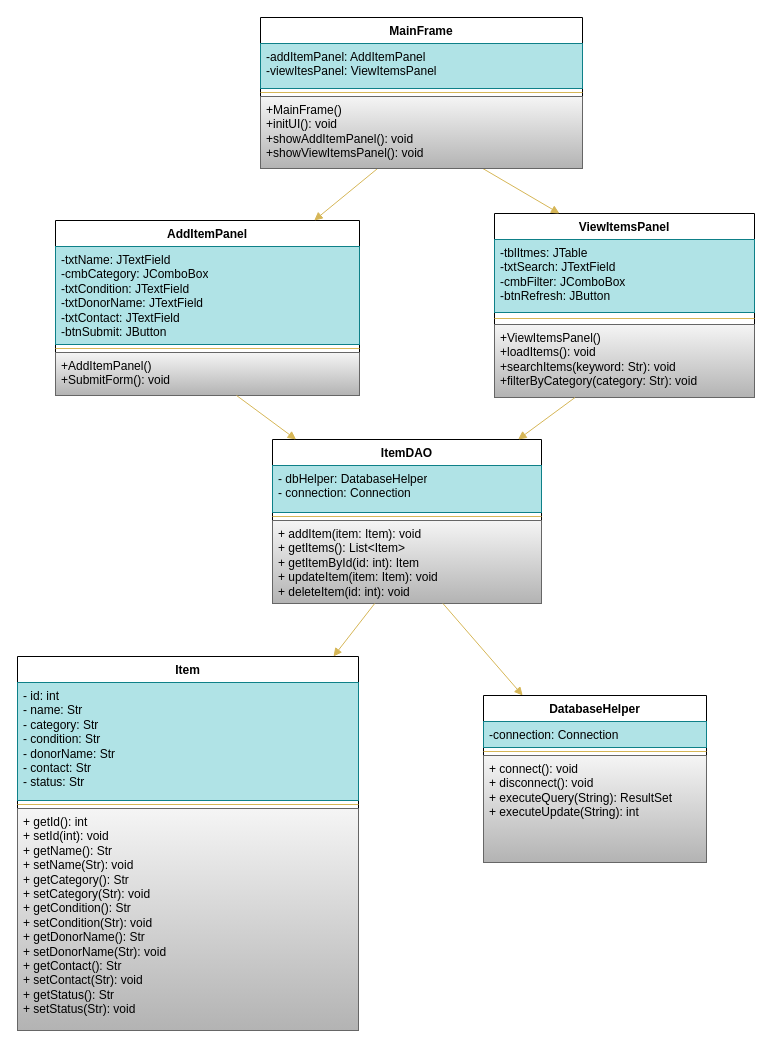
This is class diagram.drawio from Nandhakumar2005/Java-project, a draw.io file, before an edit. Source tidied: cells renumbered, new cells numbered last; positions are measured from the earlier drawing's top-left corner, leaving out a move shared by most shapes. Both pictures are drawn from the tidied source at 100%, with x=0, y=0 at pixel (17, 17).
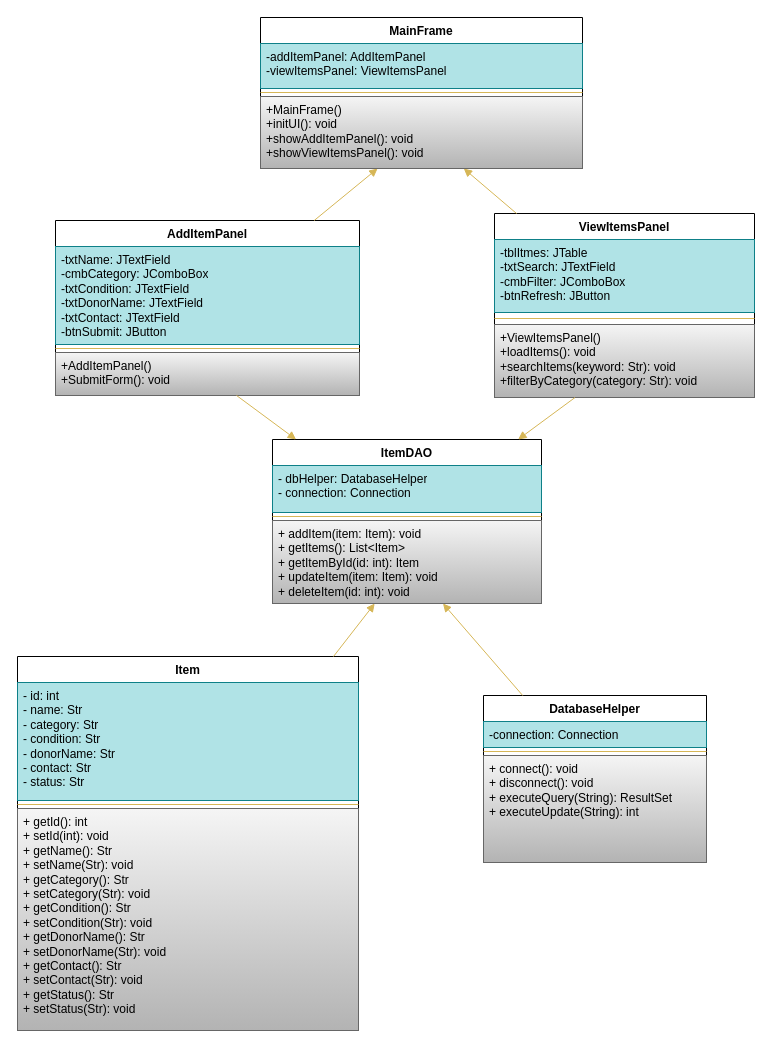
The same diagram, later.

The change refers to these unchanged cells:
```xml
<mxCell id="2" value="MainFrame" style="swimlane;fontStyle=1;align=center;verticalAlign=top;horizontal=1;startSize=26;whiteSpace=wrap;html=1;" parent="1" vertex="1">
  <mxGeometry x="243" width="322" height="79" as="geometry" />
</mxCell>
<mxCell id="5" value="ViewItemsPanel&lt;div&gt;&lt;br&gt;&lt;/div&gt;" style="swimlane;fontStyle=1;align=center;verticalAlign=top;horizontal=1;startSize=26;whiteSpace=wrap;html=1;" parent="1" vertex="1">
  <mxGeometry x="477" y="196" width="260" height="184" as="geometry" />
</mxCell>
<mxCell id="10" value="AddItemPanel" style="swimlane;fontStyle=1;align=center;verticalAlign=top;horizontal=1;startSize=26;whiteSpace=wrap;html=1;" parent="1" vertex="1">
  <mxGeometry x="38" y="203" width="304" height="175" as="geometry" />
</mxCell>
<mxCell id="17" value="&lt;div&gt;+ addItem(item: Item): void&lt;/div&gt;&lt;div&gt;+ getItems(): List&amp;lt;Item&amp;gt;&amp;nbsp; &amp;nbsp;&lt;/div&gt;&lt;div&gt;+ getItemById(id: int): Item&lt;/div&gt;&lt;div&gt;&lt;span style=&quot;background-color: transparent; color: light-dark(rgb(0, 0, 0), rgb(255, 255, 255));&quot;&gt;+ updateItem(item: Item): void&lt;/span&gt;&lt;/div&gt;&lt;div&gt;&lt;span style=&quot;background-color: transparent; color: light-dark(rgb(0, 0, 0), rgb(255, 255, 255));&quot;&gt;+ deleteItem(id: int): void&lt;/span&gt;&lt;/div&gt;" style="text;strokeColor=#666666;fillColor=#f5f5f5;align=left;verticalAlign=top;spacingLeft=4;spacingRight=4;overflow=hidden;points=[[0,0.5],[1,0.5]];portConstraint=eastwest;whiteSpace=wrap;html=1;gradientColor=#b3b3b3;" parent="14" vertex="1">
  <mxGeometry y="81" width="269" height="83" as="geometry" />
</mxCell>
<mxCell id="20" value="Item" style="swimlane;fontStyle=1;align=center;verticalAlign=top;horizontal=1;startSize=26;whiteSpace=wrap;html=1;" parent="1" vertex="1">
  <mxGeometry y="639" width="341" height="374" as="geometry" />
</mxCell>
<mxCell id="26" value="DatabaseHelper" style="swimlane;fontStyle=1;align=center;verticalAlign=top;horizontal=1;startSize=26;whiteSpace=wrap;html=1;" parent="1" vertex="1">
  <mxGeometry x="466" y="678" width="223" height="167" as="geometry" />
</mxCell>
<mxCell id="31" value="+MainFrame()&lt;div&gt;+initUI(): void&lt;/div&gt;&lt;div&gt;+showAddItemPanel(): void&lt;/div&gt;&lt;div&gt;+showViewItemsPanel(): void&lt;/div&gt;" style="text;strokeColor=#666666;fillColor=#f5f5f5;align=left;verticalAlign=top;spacingLeft=4;spacingRight=4;overflow=hidden;points=[[0,0.5],[1,0.5]];portConstraint=eastwest;whiteSpace=wrap;html=1;gradientColor=#b3b3b3;" parent="1" vertex="1">
  <mxGeometry x="243" y="79" width="322" height="72" as="geometry" />
</mxCell>
```

Diff of the diagram source:
```diff
@@
-    <mxCell id="3" value="-addItemPanel: AddItemPanel&lt;div&gt;-viewItesPanel: ViewItemsPanel&lt;/div&gt;" style="text;fillColor=#b0e3e6;align=left;verticalAlign=top;spacingLeft=4;spacingRight=4;overflow=hidden;whiteSpace=wrap;html=1;strokeColor=#0e8088;" parent="2" vertex="1">
+    <mxCell id="3" value="-addItemPanel: AddItemPanel&lt;div&gt;-viewItemsPanel: ViewItemsPanel&lt;/div&gt;" style="text;fillColor=#b0e3e6;align=left;verticalAlign=top;spacingLeft=4;spacingRight=4;overflow=hidden;whiteSpace=wrap;html=1;strokeColor=#0e8088;" parent="2" vertex="1">
       <mxGeometry y="26" width="322" height="45" as="geometry" />
     </mxCell>
@@
-    <mxCell id="9" style="html=1;verticalAlign=bottom;labelBackgroundColor=none;endArrow=block;endFill=1;rounded=0;entryX=0.25;entryY=0;entryDx=0;entryDy=0;fillColor=#fff2cc;gradientColor=#ffd966;strokeColor=#d6b656;" parent="1" edge="1" source="31" target="5">
+    <mxCell id="9" style="html=1;verticalAlign=bottom;labelBackgroundColor=none;endArrow=block;endFill=1;rounded=0;fillColor=#fff2cc;gradientColor=#ffd966;strokeColor=#d6b656;" parent="1" edge="1" source="5" target="31">
       <mxGeometry relative="1" as="geometry" />
     </mxCell>
@@
-    <mxCell id="24" style="html=1;verticalAlign=bottom;labelBackgroundColor=none;endArrow=block;endFill=1;rounded=0;fillColor=#fff2cc;gradientColor=#ffd966;strokeColor=#d6b656;" parent="1" edge="1" source="17" target="20">
+    <mxCell id="24" style="html=1;verticalAlign=bottom;labelBackgroundColor=none;endArrow=block;endFill=1;rounded=0;fillColor=#fff2cc;gradientColor=#ffd966;strokeColor=#d6b656;" parent="1" edge="1" source="20" target="17">
       <mxGeometry relative="1" as="geometry" />
     </mxCell>
-    <mxCell id="25" style="html=1;verticalAlign=bottom;labelBackgroundColor=none;endArrow=block;endFill=1;rounded=0;fillColor=#fff2cc;gradientColor=#ffd966;strokeColor=#d6b656;" parent="1" edge="1" source="31" target="10">
+    <mxCell id="25" style="html=1;verticalAlign=bottom;labelBackgroundColor=none;endArrow=block;endFill=1;rounded=0;fillColor=#fff2cc;gradientColor=#ffd966;strokeColor=#d6b656;" parent="1" edge="1" source="10" target="31">
       <mxGeometry relative="1" as="geometry" />
     </mxCell>
@@
-    <mxCell id="30" style="html=1;verticalAlign=bottom;labelBackgroundColor=none;endArrow=block;endFill=1;rounded=0;fillColor=#fff2cc;gradientColor=#ffd966;strokeColor=#d6b656;" parent="1" edge="1" source="17" target="26">
+    <mxCell id="30" style="html=1;verticalAlign=bottom;labelBackgroundColor=none;endArrow=block;endFill=1;rounded=0;fillColor=#fff2cc;gradientColor=#ffd966;strokeColor=#d6b656;" parent="1" edge="1" source="26" target="17">
       <mxGeometry relative="1" as="geometry" />
     </mxCell>
```
